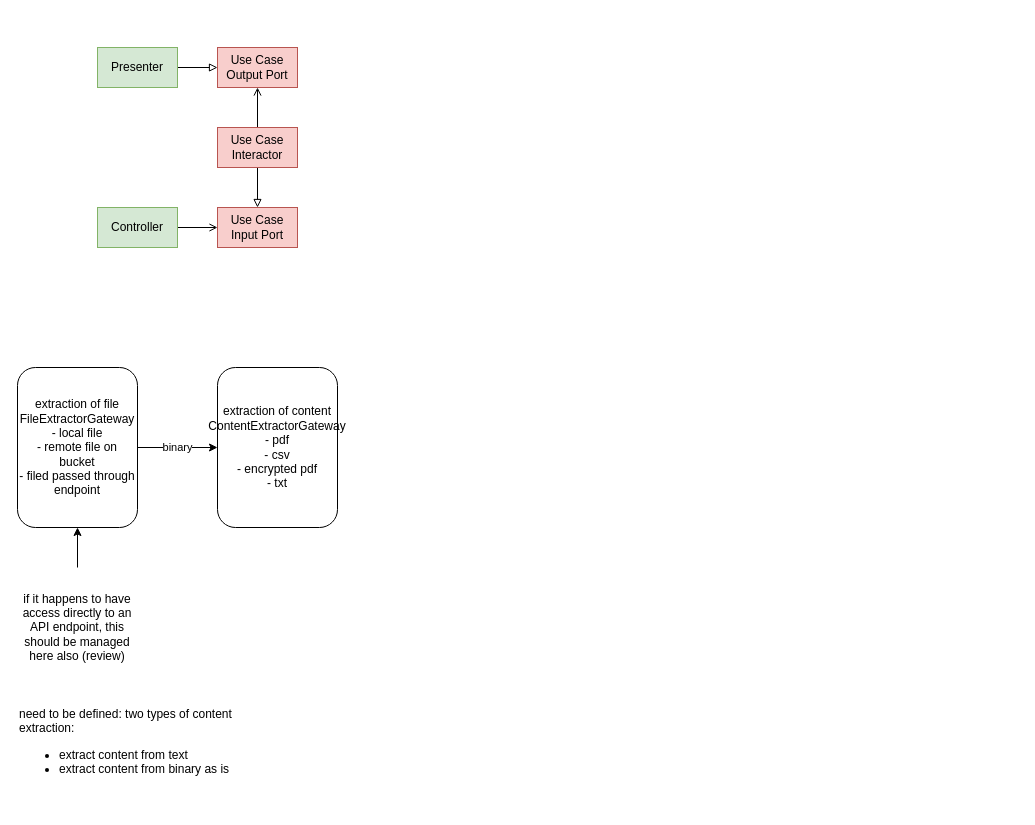
josueelias9/improving-BCP-organizate keeps this draw.io diagram as new-service/diagram.dio. Above is the earlier version. Source tidied: cells renumbered, new cells numbered last; positions are measured from the earlier drawing's top-left corner, leaving out a move shared by most shapes. Both pictures are drawn from the tidied source at 100%, with x=0, y=0 at pixel (17, 47).
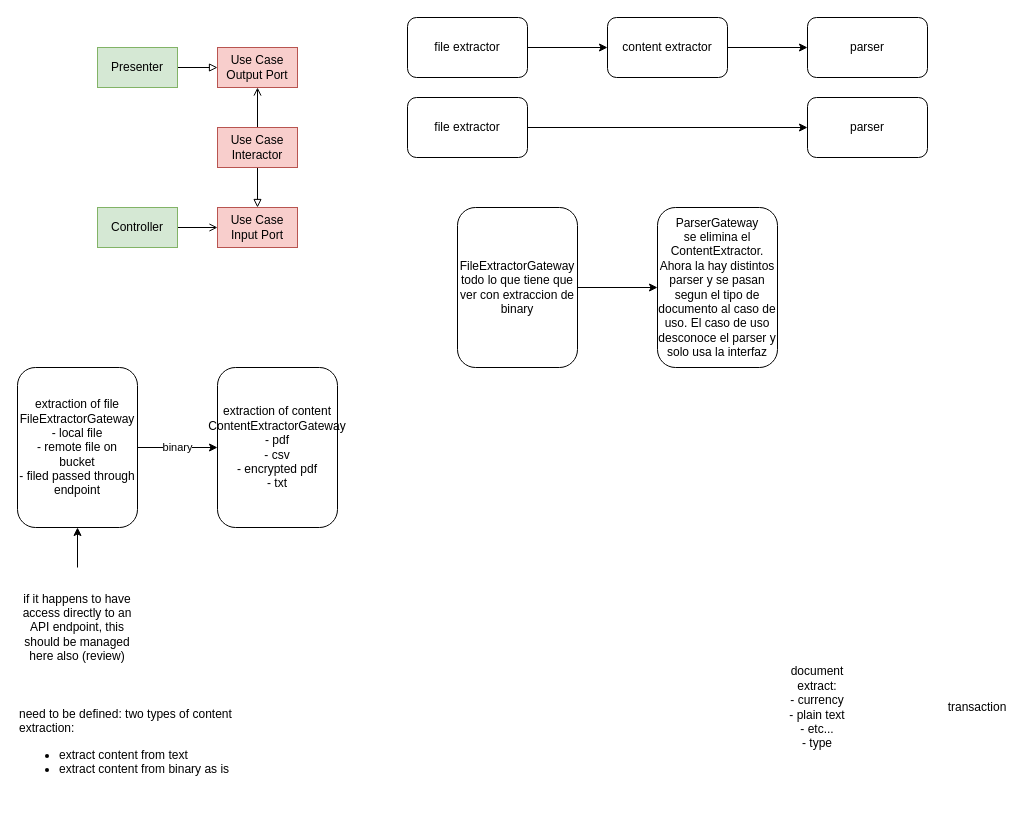
After the change.

Commit message (it also covers changes not shown here):
refactor: replace ContentExtractor with specific parsers for BCP credit and debit; update document processing logic; enhance README and diagrams

Change to the diagram source:
```diff
@@
+    <mxCell id="17" value="document&lt;div&gt;extract:&lt;/div&gt;&lt;div&gt;- currency&lt;/div&gt;&lt;div&gt;- plain text&lt;/div&gt;&lt;div&gt;- etc...&lt;/div&gt;&lt;div&gt;- type&lt;/div&gt;" style="text;html=1;align=center;verticalAlign=middle;whiteSpace=wrap;rounded=0;" parent="1" vertex="1">
+      <mxGeometry x="760" y="600" width="80" height="120" as="geometry" />
+    </mxCell>
+    <mxCell id="18" value="transaction" style="text;html=1;align=center;verticalAlign=middle;whiteSpace=wrap;rounded=0;" parent="1" vertex="1">
+      <mxGeometry x="920" y="600" width="80" height="120" as="geometry" />
+    </mxCell>
+    <mxCell id="19" style="edgeStyle=none;html=1;" parent="1" edge="1" source="20" target="21">
+      <mxGeometry relative="1" as="geometry" />
+    </mxCell>
+    <mxCell id="20" value="FileExtractorGateway&lt;div&gt;todo lo que tiene que ver con extraccion de binary&lt;/div&gt;" style="rounded=1;whiteSpace=wrap;html=1;" parent="1" vertex="1">
+      <mxGeometry x="440" y="160" width="120" height="160" as="geometry" />
+    </mxCell>
+    <mxCell id="21" value="ParserGateway&lt;div&gt;se elimina el ContentExtractor. Ahora la hay distintos parser y se pasan segun el tipo de documento al caso de uso. El caso de uso desconoce el parser y solo usa la interfaz&lt;/div&gt;" style="rounded=1;whiteSpace=wrap;html=1;" parent="1" vertex="1">
+      <mxGeometry x="640" y="160" width="120" height="160" as="geometry" />
+    </mxCell>
+    <mxCell id="22" style="edgeStyle=none;html=1;" parent="1" edge="1" source="23" target="25">
+      <mxGeometry relative="1" as="geometry" />
+    </mxCell>
+    <mxCell id="23" value="file extractor" style="rounded=1;whiteSpace=wrap;html=1;" parent="1" vertex="1">
+      <mxGeometry x="390" y="-30" width="120" height="60" as="geometry" />
+    </mxCell>
+    <mxCell id="24" style="edgeStyle=none;html=1;" parent="1" edge="1" source="25" target="26">
+      <mxGeometry relative="1" as="geometry" />
+    </mxCell>
+    <mxCell id="25" value="content extractor" style="rounded=1;whiteSpace=wrap;html=1;" parent="1" vertex="1">
+      <mxGeometry x="590" y="-30" width="120" height="60" as="geometry" />
+    </mxCell>
+    <mxCell id="26" value="parser" style="rounded=1;whiteSpace=wrap;html=1;" parent="1" vertex="1">
+      <mxGeometry x="790" y="-30" width="120" height="60" as="geometry" />
+    </mxCell>
+    <mxCell id="27" style="edgeStyle=none;html=1;" parent="1" edge="1" source="28" target="29">
+      <mxGeometry relative="1" as="geometry" />
+    </mxCell>
+    <mxCell id="28" value="file extractor" style="rounded=1;whiteSpace=wrap;html=1;" parent="1" vertex="1">
+      <mxGeometry x="390" y="50" width="120" height="60" as="geometry" />
+    </mxCell>
+    <mxCell id="29" value="parser" style="rounded=1;whiteSpace=wrap;html=1;" parent="1" vertex="1">
+      <mxGeometry x="790" y="50" width="120" height="60" as="geometry" />
+    </mxCell>
```
